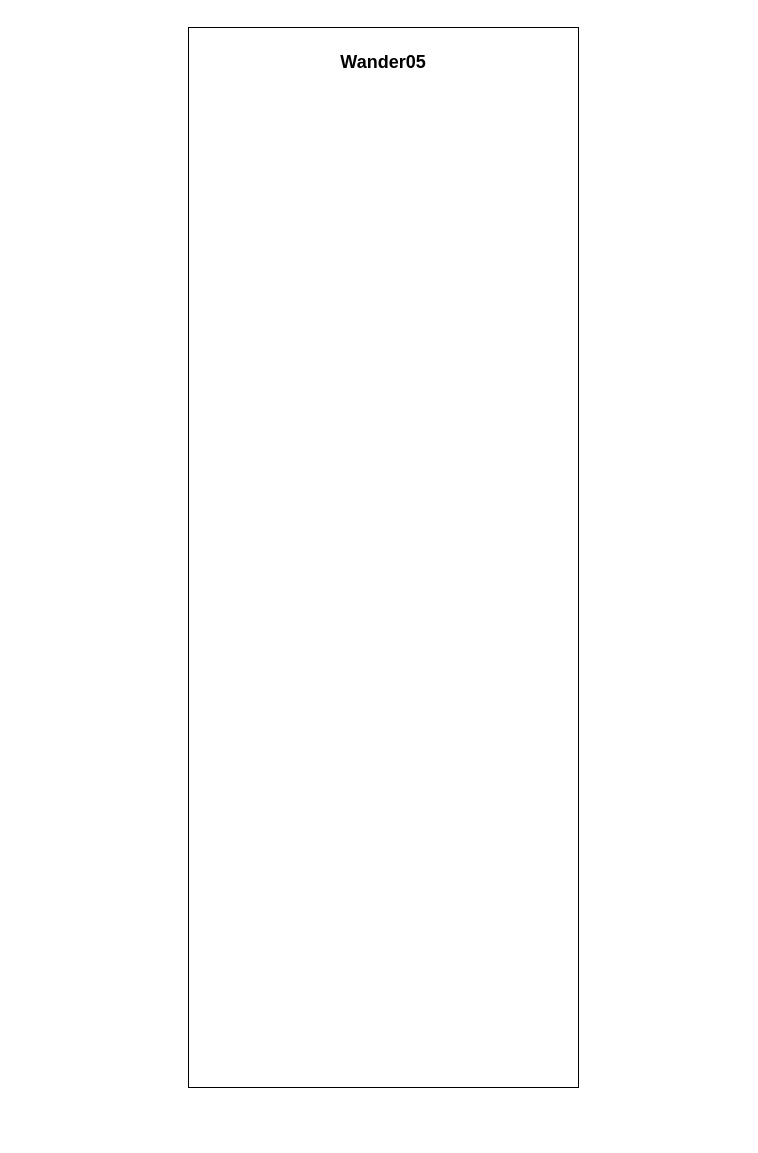
Before: Untitled Diagram.drawio in anumathew-25/anumathew-25, a draw.io diagram. Source tidied: cells renumbered, new cells numbered last; positions are measured from the earlier drawing's top-left corner, leaving out a move shared by most shapes. Both pictures are drawn from the tidied source at 100%, with x=0, y=0 at pixel (188, 27).
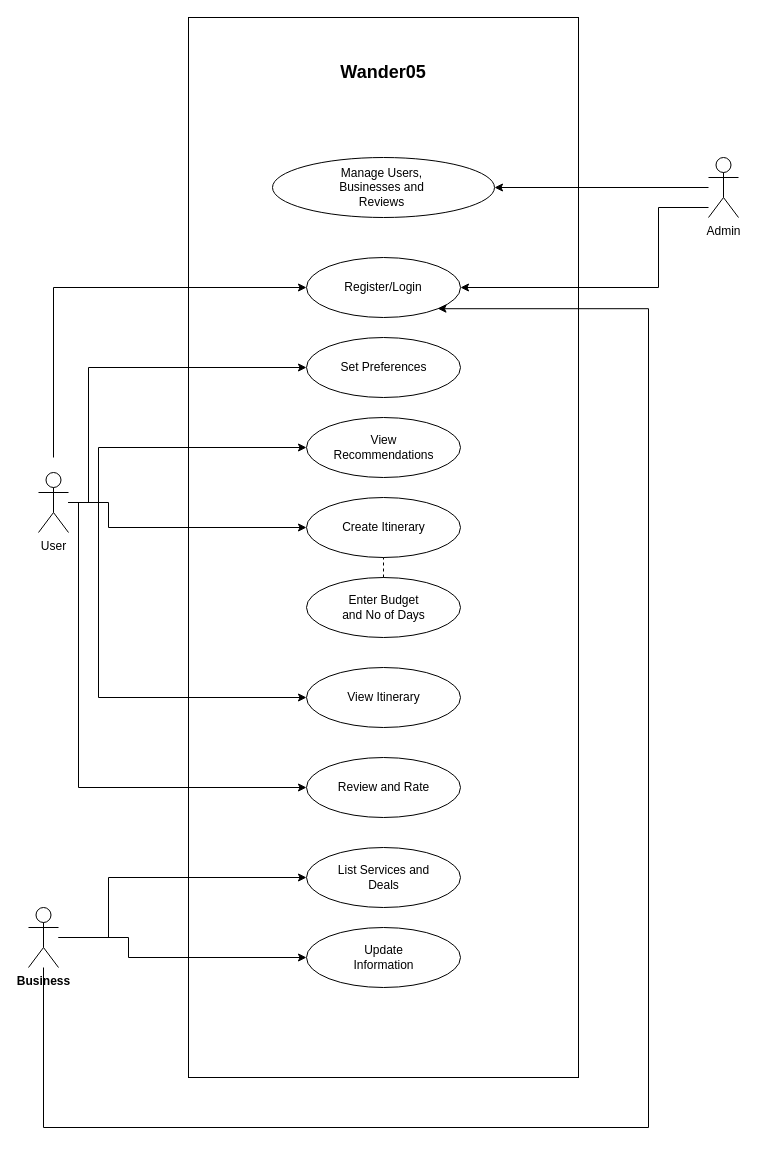
After the change.

What changed in the source:
```diff
@@
     <mxCell id="2" style="rounded=0;whiteSpace=wrap;html=1;" parent="1" vertex="1">
-      <mxGeometry width="390" height="1060" as="geometry" />
+      <mxGeometry y="-10" width="390" height="1060" as="geometry" />
     </mxCell>
     <mxCell id="3" value="&lt;h2&gt;Wander05&lt;/h2&gt;" style="text;html=1;strokeColor=none;fillColor=none;align=center;verticalAlign=middle;whiteSpace=wrap;rounded=0;" parent="1" vertex="1">
-      <mxGeometry x="165" y="20" width="60" height="30" as="geometry" />
+      <mxGeometry x="165" y="30" width="60" height="30" as="geometry" />
     </mxCell>
+    <mxCell id="4" style="ellipse;whiteSpace=wrap;html=1;" parent="1" vertex="1">
+      <mxGeometry x="118" y="230" width="154" height="60" as="geometry" />
+    </mxCell>
+    <mxCell id="5" value="Register/Login" style="text;html=1;strokeColor=none;fillColor=none;align=center;verticalAlign=middle;whiteSpace=wrap;rounded=0;" parent="1" vertex="1">
+      <mxGeometry x="165" y="245" width="60" height="30" as="geometry" />
+    </mxCell>
+    <mxCell id="6" style="ellipse;whiteSpace=wrap;html=1;" parent="1" vertex="1">
+      <mxGeometry x="118" y="310" width="154" height="60" as="geometry" />
+    </mxCell>
+    <mxCell id="7" value="Set Preferences" style="text;html=1;strokeColor=none;fillColor=none;align=center;verticalAlign=middle;whiteSpace=wrap;rounded=0;" parent="1" vertex="1">
+      <mxGeometry x="147.5" y="325" width="95" height="30" as="geometry" />
+    </mxCell>
+    <mxCell id="8" style="ellipse;whiteSpace=wrap;html=1;" parent="1" vertex="1">
+      <mxGeometry x="118" y="390" width="154" height="60" as="geometry" />
+    </mxCell>
+    <mxCell id="9" value="View Recommendations" style="text;html=1;strokeColor=none;fillColor=none;align=center;verticalAlign=middle;whiteSpace=wrap;rounded=0;" parent="1" vertex="1">
+      <mxGeometry x="147.5" y="405" width="95" height="30" as="geometry" />
+    </mxCell>
+    <mxCell id="10" style="ellipse;whiteSpace=wrap;html=1;" parent="1" vertex="1">
+      <mxGeometry x="118" y="470" width="154" height="60" as="geometry" />
+    </mxCell>
+    <mxCell id="11" value="Create Itinerary" style="text;html=1;strokeColor=none;fillColor=none;align=center;verticalAlign=middle;whiteSpace=wrap;rounded=0;" parent="1" vertex="1">
+      <mxGeometry x="147.5" y="485" width="95" height="30" as="geometry" />
+    </mxCell>
+    <mxCell id="12" style="ellipse;whiteSpace=wrap;html=1;" parent="1" vertex="1">
+      <mxGeometry x="118" y="640" width="154" height="60" as="geometry" />
+    </mxCell>
+    <mxCell id="13" value="View Itinerary" style="text;html=1;strokeColor=none;fillColor=none;align=center;verticalAlign=middle;whiteSpace=wrap;rounded=0;" parent="1" vertex="1">
+      <mxGeometry x="147.5" y="655" width="95" height="30" as="geometry" />
+    </mxCell>
+    <mxCell id="14" style="ellipse;whiteSpace=wrap;html=1;" parent="1" vertex="1">
+      <mxGeometry x="118" y="550" width="154" height="60" as="geometry" />
+    </mxCell>
+    <mxCell id="15" value="Enter Budget and No of Days" style="text;html=1;strokeColor=none;fillColor=none;align=center;verticalAlign=middle;whiteSpace=wrap;rounded=0;" parent="1" vertex="1">
+      <mxGeometry x="147.5" y="565" width="95" height="30" as="geometry" />
+    </mxCell>
+    <mxCell id="16" style="endArrow=none;dashed=1;html=1;rounded=0;entryX=0.5;entryY=1;entryDx=0;entryDy=0;exitX=0.5;exitY=0;exitDx=0;exitDy=0;" parent="1" edge="1" source="14" target="10">
+      <mxGeometry relative="1" as="geometry" />
+    </mxCell>
+    <mxCell id="17" style="ellipse;whiteSpace=wrap;html=1;" parent="1" vertex="1">
+      <mxGeometry x="118" y="730" width="154" height="60" as="geometry" />
+    </mxCell>
+    <mxCell id="18" value="Review and Rate" style="text;html=1;strokeColor=none;fillColor=none;align=center;verticalAlign=middle;whiteSpace=wrap;rounded=0;" parent="1" vertex="1">
+      <mxGeometry x="147.5" y="745" width="95" height="30" as="geometry" />
+    </mxCell>
+    <mxCell id="19" style="edgeStyle=orthogonalEdgeStyle;rounded=0;jettySize=auto;html=1;entryX=0;entryY=0.5;entryDx=0;entryDy=0;" parent="1" edge="1" target="4">
+      <mxGeometry relative="1" as="geometry">
+        <mxPoint x="-135" y="430" as="sourcePoint" />
+        <Array as="points">
+          <mxPoint x="-135" y="260" />
+        </Array>
+      </mxGeometry>
+    </mxCell>
+    <mxCell id="20" style="edgeStyle=orthogonalEdgeStyle;rounded=0;jettySize=auto;html=1;entryX=0;entryY=0.5;entryDx=0;entryDy=0;" parent="1" edge="1" source="25" target="6">
+      <mxGeometry relative="1" as="geometry">
+        <Array as="points">
+          <mxPoint x="-100" y="475" />
+          <mxPoint x="-100" y="340" />
+        </Array>
+      </mxGeometry>
+    </mxCell>
+    <mxCell id="21" style="edgeStyle=orthogonalEdgeStyle;rounded=0;jettySize=auto;html=1;" parent="1" edge="1" source="25" target="8">
+      <mxGeometry relative="1" as="geometry">
+        <Array as="points">
+          <mxPoint x="-90" y="475" />
+          <mxPoint x="-90" y="420" />
+        </Array>
+      </mxGeometry>
+    </mxCell>
+    <mxCell id="22" style="edgeStyle=orthogonalEdgeStyle;rounded=0;jettySize=auto;html=1;entryX=0;entryY=0.5;entryDx=0;entryDy=0;" parent="1" edge="1" source="25" target="10">
+      <mxGeometry relative="1" as="geometry">
+        <Array as="points">
+          <mxPoint x="-80" y="475" />
+          <mxPoint x="-80" y="500" />
+        </Array>
+      </mxGeometry>
+    </mxCell>
+    <mxCell id="23" style="edgeStyle=orthogonalEdgeStyle;rounded=0;jettySize=auto;html=1;entryX=0;entryY=0.5;entryDx=0;entryDy=0;" parent="1" edge="1" source="25" target="12">
+      <mxGeometry relative="1" as="geometry">
+        <Array as="points">
+          <mxPoint x="-90" y="475" />
+          <mxPoint x="-90" y="670" />
+        </Array>
+      </mxGeometry>
+    </mxCell>
+    <mxCell id="24" style="edgeStyle=orthogonalEdgeStyle;rounded=0;jettySize=auto;html=1;entryX=0;entryY=0.5;entryDx=0;entryDy=0;" parent="1" edge="1" source="25" target="17">
+      <mxGeometry relative="1" as="geometry">
+        <Array as="points">
+          <mxPoint x="-110" y="475" />
+          <mxPoint x="-110" y="760" />
+        </Array>
+      </mxGeometry>
+    </mxCell>
+    <mxCell id="25" value="User" style="shape=umlActor;verticalLabelPosition=bottom;verticalAlign=top;html=1;outlineConnect=0;" parent="1" vertex="1">
+      <mxGeometry x="-150" y="445" width="30" height="60" as="geometry" />
+    </mxCell>
+    <mxCell id="26" style="edgeStyle=orthogonalEdgeStyle;rounded=0;jettySize=auto;html=1;entryX=0;entryY=0.5;entryDx=0;entryDy=0;" parent="1" edge="1" source="28" target="31">
+      <mxGeometry relative="1" as="geometry">
+        <Array as="points">
+          <mxPoint x="-60" y="910" />
+          <mxPoint x="-60" y="930" />
+        </Array>
+      </mxGeometry>
+    </mxCell>
+    <mxCell id="27" style="edgeStyle=orthogonalEdgeStyle;rounded=0;jettySize=auto;html=1;entryX=1;entryY=1;entryDx=0;entryDy=0;" parent="1" edge="1" source="28" target="4">
+      <mxGeometry relative="1" as="geometry">
+        <Array as="points">
+          <mxPoint x="-145" y="1100" />
+          <mxPoint x="460" y="1100" />
+          <mxPoint x="460" y="281" />
+        </Array>
+      </mxGeometry>
+    </mxCell>
+    <mxCell id="28" value="&lt;b&gt;Business&lt;/b&gt;" style="shape=umlActor;verticalLabelPosition=bottom;verticalAlign=top;html=1;outlineConnect=0;" parent="1" vertex="1">
+      <mxGeometry x="-160" y="880" width="30" height="60" as="geometry" />
+    </mxCell>
+    <mxCell id="29" style="ellipse;whiteSpace=wrap;html=1;" parent="1" vertex="1">
+      <mxGeometry x="118" y="820" width="154" height="60" as="geometry" />
+    </mxCell>
+    <mxCell id="30" value="List Services and Deals" style="text;html=1;strokeColor=none;fillColor=none;align=center;verticalAlign=middle;whiteSpace=wrap;rounded=0;" parent="1" vertex="1">
+      <mxGeometry x="147.5" y="835" width="95" height="30" as="geometry" />
+    </mxCell>
+    <mxCell id="31" style="ellipse;whiteSpace=wrap;html=1;" parent="1" vertex="1">
+      <mxGeometry x="118" y="900" width="154" height="60" as="geometry" />
+    </mxCell>
+    <mxCell id="32" value="Update Information" style="text;html=1;strokeColor=none;fillColor=none;align=center;verticalAlign=middle;whiteSpace=wrap;rounded=0;" parent="1" vertex="1">
+      <mxGeometry x="147.5" y="915" width="95" height="30" as="geometry" />
+    </mxCell>
+    <mxCell id="33" style="edgeStyle=orthogonalEdgeStyle;rounded=0;jettySize=auto;html=1;entryX=1;entryY=0.5;entryDx=0;entryDy=0;" parent="1" edge="1" source="35" target="36">
+      <mxGeometry relative="1" as="geometry" />
+    </mxCell>
+    <mxCell id="34" style="edgeStyle=orthogonalEdgeStyle;rounded=0;jettySize=auto;html=1;entryX=1;entryY=0.5;entryDx=0;entryDy=0;" parent="1" edge="1" source="35" target="4">
+      <mxGeometry relative="1" as="geometry">
+        <Array as="points">
+          <mxPoint x="470" y="180" />
+          <mxPoint x="470" y="260" />
+        </Array>
+      </mxGeometry>
+    </mxCell>
+    <mxCell id="35" value="Admin" style="shape=umlActor;verticalLabelPosition=bottom;verticalAlign=top;html=1;outlineConnect=0;" parent="1" vertex="1">
+      <mxGeometry x="520" y="130" width="30" height="60" as="geometry" />
+    </mxCell>
+    <mxCell id="36" style="ellipse;whiteSpace=wrap;html=1;" parent="1" vertex="1">
+      <mxGeometry x="84" y="130" width="222" height="60" as="geometry" />
+    </mxCell>
+    <mxCell id="37" value="Manage Users, Businesses and Reviews" style="text;html=1;strokeColor=none;fillColor=none;align=center;verticalAlign=middle;whiteSpace=wrap;rounded=0;" parent="1" vertex="1">
+      <mxGeometry x="131" y="145" width="125" height="30" as="geometry" />
+    </mxCell>
+    <mxCell id="38" style="edgeStyle=orthogonalEdgeStyle;rounded=0;jettySize=auto;html=1;entryX=0;entryY=0.5;entryDx=0;entryDy=0;" parent="1" edge="1" source="28" target="29">
+      <mxGeometry relative="1" as="geometry">
+        <Array as="points">
+          <mxPoint x="-80" y="910" />
+          <mxPoint x="-80" y="850" />
+        </Array>
+      </mxGeometry>
+    </mxCell>
```
